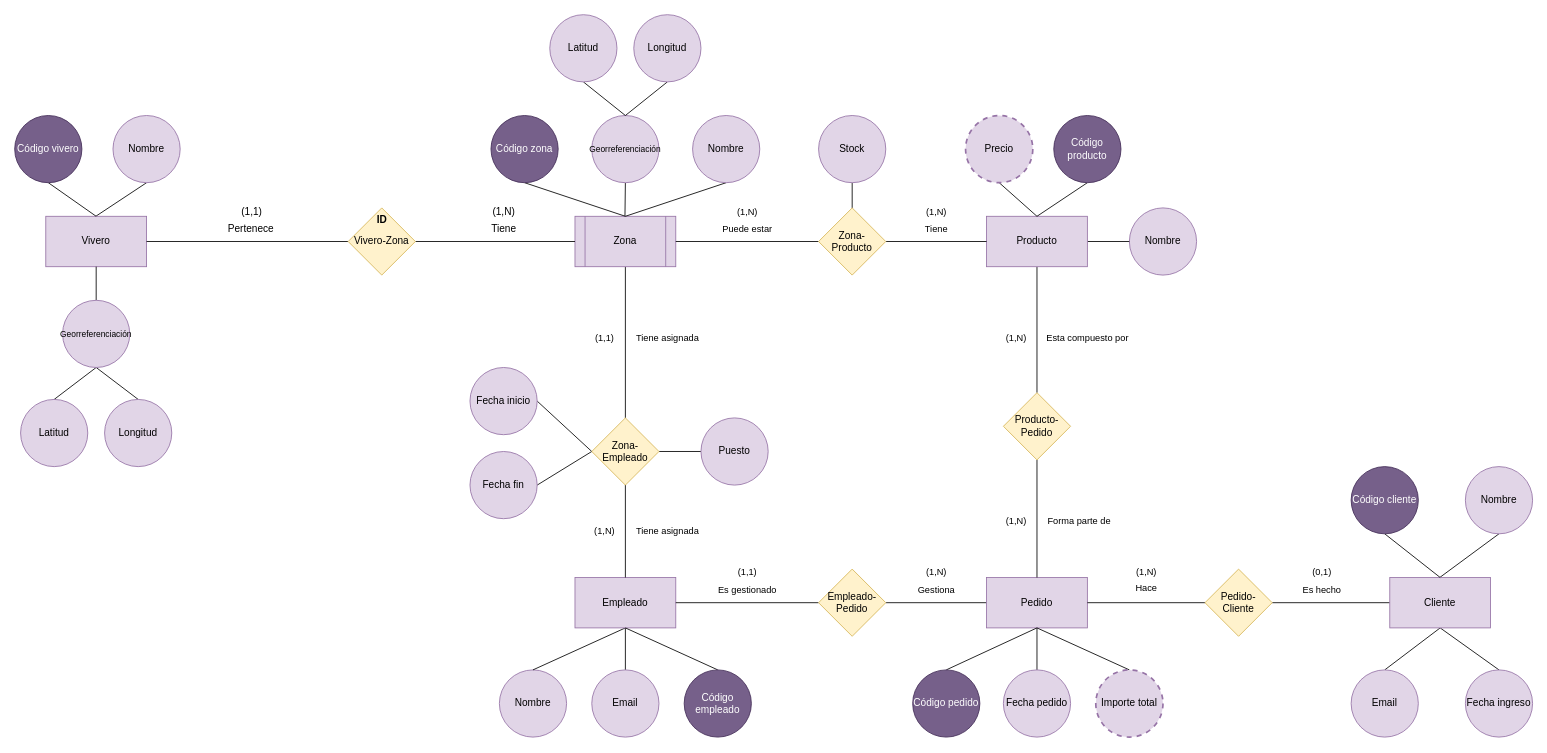
Above: P2ADBD.drawio in Nestor-DF/ADBD-2024-2025-Practica02-PE (draw.io), before the change. Source tidied: cells renumbered, new cells numbered last; positions are measured from the earlier drawing's top-left corner, leaving out a move shared by most shapes. Both pictures are drawn from the tidied source at 84%, with x=0, y=0 at pixel (14, 14).
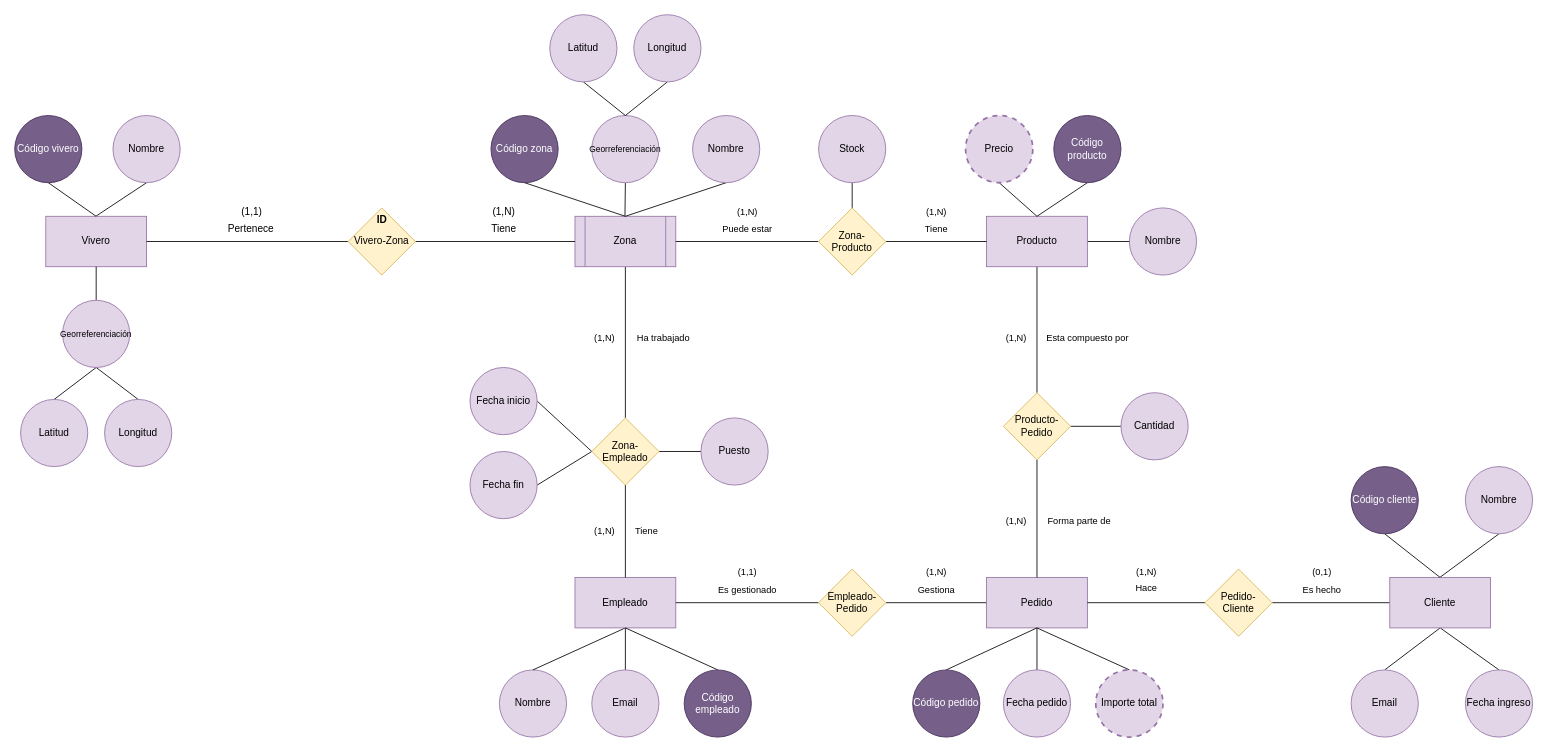
The same diagram, later.

Unchanged cells that the change refers to:
```xml
<mxCell id="90" value="Producto-Pedido" style="rhombus;whiteSpace=wrap;html=1;fillColor=#fff2cc;strokeColor=#d6b656;" parent="1" vertex="1">
  <mxGeometry x="1177" y="450" width="80" height="80" as="geometry" />
</mxCell>
```

What changed in the source:
```diff
@@
-    <mxCell id="54" value="Tiene asignada" style="text;html=1;align=center;verticalAlign=middle;strokeColor=none;fillColor=none;fontFamily=Helvetica;fontSize=11;fontColor=default;labelBackgroundColor=default;" parent="1" vertex="1">
-      <mxGeometry x="727" y="600" width="100" height="30" as="geometry" />
+    <mxCell id="54" value="Tiene" style="text;html=1;align=center;verticalAlign=middle;strokeColor=none;fillColor=none;fontFamily=Helvetica;fontSize=11;fontColor=default;labelBackgroundColor=default;" parent="1" vertex="1">
+      <mxGeometry x="727" y="600" width="50" height="30" as="geometry" />
     </mxCell>
-    <mxCell id="55" value="Tiene asignada" style="text;html=1;align=center;verticalAlign=middle;strokeColor=none;fillColor=none;fontFamily=Helvetica;fontSize=11;fontColor=default;labelBackgroundColor=default;" parent="1" vertex="1">
-      <mxGeometry x="727" y="370" width="100" height="30" as="geometry" />
+    <mxCell id="55" value="Ha trabajado" style="text;html=1;align=center;verticalAlign=middle;strokeColor=none;fillColor=none;fontFamily=Helvetica;fontSize=11;fontColor=default;labelBackgroundColor=default;" parent="1" vertex="1">
+      <mxGeometry x="727" y="370" width="90" height="30" as="geometry" />
     </mxCell>
-    <mxCell id="56" value="(1,1)" style="text;html=1;align=center;verticalAlign=middle;strokeColor=none;fillColor=none;fontFamily=Helvetica;fontSize=11;fontColor=default;labelBackgroundColor=default;" parent="1" vertex="1">
+    <mxCell id="56" value="(1,N)" style="text;html=1;align=center;verticalAlign=middle;strokeColor=none;fillColor=none;fontFamily=Helvetica;fontSize=11;fontColor=default;labelBackgroundColor=default;" parent="1" vertex="1">
       <mxGeometry x="677" y="370" width="50" height="30" as="geometry" />
     </mxCell>
@@
+    <mxCell id="105" style="edgeStyle=orthogonalEdgeStyle;rounded=0;jettySize=auto;html=1;exitX=1;exitY=0.5;exitDx=0;exitDy=0;entryX=0;entryY=0.5;entryDx=0;entryDy=0;endArrow=none;endFill=0;" parent="1" edge="1" source="90" target="106">
+      <mxGeometry relative="1" as="geometry" />
+    </mxCell>
@@
+    <mxCell id="106" value="Cantidad" style="ellipse;whiteSpace=wrap;html=1;fillColor=#e1d5e7;strokeColor=#9673a6;" parent="1" vertex="1">
+      <mxGeometry x="1317" y="450" width="80" height="80" as="geometry" />
+    </mxCell>
```
